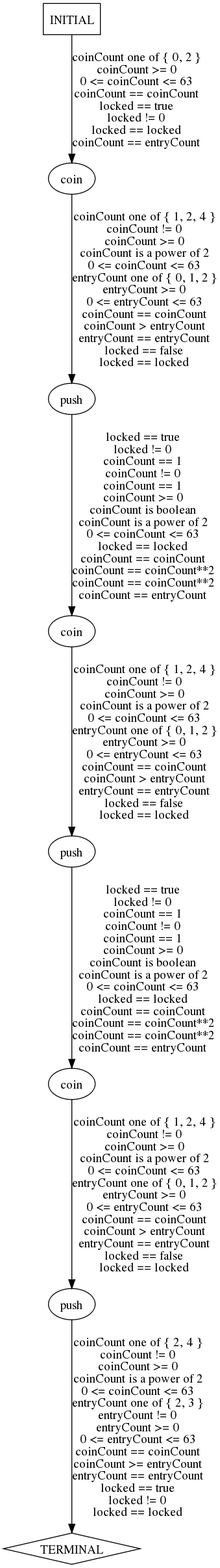
The Graphviz diagram traces/abstract/turnstile-example/predicted-paths/turnstile-example-test6.dot.png in ModelInference/synoptic, before a commit. Its source is kept beside it as traces/abstract/turnstile-example/predicted-paths/turnstile-example-test6.dot. Its diagram source:
```dot
digraph {
  0 [label="coin"];
  1 [label="coin"];
  2 [label="coin"];
  3 [label="push"];
  4 [label="push"];
  5 [label="push"];
  6 [label="TERMINAL",shape=diamond];
  7 [label="INITIAL",shape=box];
0->3 [label="coinCount one of { 1, 2, 4 }\ncoinCount != 0\ncoinCount >= 0\ncoinCount is a power of 2\n0 <= coinCount <= 63\nentryCount one of { 0, 1, 2 }\nentryCount >= 0\n0 <= entryCount <= 63\ncoinCount == coinCount\ncoinCount > entryCount\nentryCount == entryCount\nlocked == false\nlocked == locked",];
1->4 [label="coinCount one of { 1, 2, 4 }\ncoinCount != 0\ncoinCount >= 0\ncoinCount is a power of 2\n0 <= coinCount <= 63\nentryCount one of { 0, 1, 2 }\nentryCount >= 0\n0 <= entryCount <= 63\ncoinCount == coinCount\ncoinCount > entryCount\nentryCount == entryCount\nlocked == false\nlocked == locked",];
2->5 [label="coinCount one of { 1, 2, 4 }\ncoinCount != 0\ncoinCount >= 0\ncoinCount is a power of 2\n0 <= coinCount <= 63\nentryCount one of { 0, 1, 2 }\nentryCount >= 0\n0 <= entryCount <= 63\ncoinCount == coinCount\ncoinCount > entryCount\nentryCount == entryCount\nlocked == false\nlocked == locked",];
3->1 [label="locked == true\nlocked != 0\ncoinCount == 1\ncoinCount != 0\ncoinCount == 1\ncoinCount >= 0\ncoinCount is boolean\ncoinCount is a power of 2\n0 <= coinCount <= 63\nlocked == locked\ncoinCount == coinCount\ncoinCount == coinCount**2\ncoinCount == coinCount**2\ncoinCount == entryCount",];
4->2 [label="locked == true\nlocked != 0\ncoinCount == 1\ncoinCount != 0\ncoinCount == 1\ncoinCount >= 0\ncoinCount is boolean\ncoinCount is a power of 2\n0 <= coinCount <= 63\nlocked == locked\ncoinCount == coinCount\ncoinCount == coinCount**2\ncoinCount == coinCount**2\ncoinCount == entryCount",];
5->6 [label="coinCount one of { 2, 4 }\ncoinCount != 0\ncoinCount >= 0\ncoinCount is a power of 2\n0 <= coinCount <= 63\nentryCount one of { 2, 3 }\nentryCount != 0\nentryCount >= 0\n0 <= entryCount <= 63\ncoinCount == coinCount\ncoinCount >= entryCount\nentryCount == entryCount\nlocked == true\nlocked != 0\nlocked == locked",];
7->0 [label="coinCount one of { 0, 2 }\ncoinCount >= 0\n0 <= coinCount <= 63\ncoinCount == coinCount\nlocked == true\nlocked != 0\nlocked == locked\ncoinCount == entryCount",];
} // digraph {
```
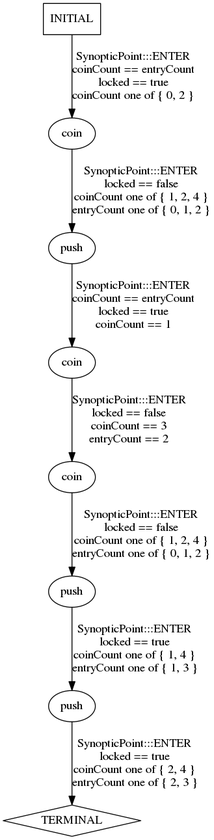
Above is the later version.

The edit, as a diff of the source:
```diff
@@ -7,11 +7,11 @@
   5 [label="push"];
   6 [label="TERMINAL",shape=diamond];
   7 [label="INITIAL",shape=box];
-0->3 [label="coinCount one of { 1, 2, 4 }\ncoinCount != 0\ncoinCount >= 0\ncoinCount is a power of 2\n0 <= coinCount <= 63\nentryCount one of { 0, 1, 2 }\nentryCount >= 0\n0 <= entryCount <= 63\ncoinCount == coinCount\ncoinCount > entryCount\nentryCount == entryCount\nlocked == false\nlocked == locked",];
-1->4 [label="coinCount one of { 1, 2, 4 }\ncoinCount != 0\ncoinCount >= 0\ncoinCount is a power of 2\n0 <= coinCount <= 63\nentryCount one of { 0, 1, 2 }\nentryCount >= 0\n0 <= entryCount <= 63\ncoinCount == coinCount\ncoinCount > entryCount\nentryCount == entryCount\nlocked == false\nlocked == locked",];
-2->5 [label="coinCount one of { 1, 2, 4 }\ncoinCount != 0\ncoinCount >= 0\ncoinCount is a power of 2\n0 <= coinCount <= 63\nentryCount one of { 0, 1, 2 }\nentryCount >= 0\n0 <= entryCount <= 63\ncoinCount == coinCount\ncoinCount > entryCount\nentryCount == entryCount\nlocked == false\nlocked == locked",];
-3->1 [label="locked == true\nlocked != 0\ncoinCount == 1\ncoinCount != 0\ncoinCount == 1\ncoinCount >= 0\ncoinCount is boolean\ncoinCount is a power of 2\n0 <= coinCount <= 63\nlocked == locked\ncoinCount == coinCount\ncoinCount == coinCount**2\ncoinCount == coinCount**2\ncoinCount == entryCount",];
-4->2 [label="locked == true\nlocked != 0\ncoinCount == 1\ncoinCount != 0\ncoinCount == 1\ncoinCount >= 0\ncoinCount is boolean\ncoinCount is a power of 2\n0 <= coinCount <= 63\nlocked == locked\ncoinCount == coinCount\ncoinCount == coinCount**2\ncoinCount == coinCount**2\ncoinCount == entryCount",];
-5->6 [label="coinCount one of { 2, 4 }\ncoinCount != 0\ncoinCount >= 0\ncoinCount is a power of 2\n0 <= coinCount <= 63\nentryCount one of { 2, 3 }\nentryCount != 0\nentryCount >= 0\n0 <= entryCount <= 63\ncoinCount == coinCount\ncoinCount >= entryCount\nentryCount == entryCount\nlocked == true\nlocked != 0\nlocked == locked",];
-7->0 [label="coinCount one of { 0, 2 }\ncoinCount >= 0\n0 <= coinCount <= 63\ncoinCount == coinCount\nlocked == true\nlocked != 0\nlocked == locked\ncoinCount == entryCount",];
+0->3 [label="SynopticPoint:::ENTER\nlocked == false\ncoinCount one of { 1, 2, 4 }\nentryCount one of { 0, 1, 2 }\n",];
+1->2 [label="SynopticPoint:::ENTER\nlocked == false\ncoinCount == 3\nentryCount == 2\n",];
+2->4 [label="SynopticPoint:::ENTER\nlocked == false\ncoinCount one of { 1, 2, 4 }\nentryCount one of { 0, 1, 2 }\n",];
+3->1 [label="SynopticPoint:::ENTER\ncoinCount == entryCount\nlocked == true\ncoinCount == 1\n",];
+4->5 [label="SynopticPoint:::ENTER\nlocked == true\ncoinCount one of { 1, 4 }\nentryCount one of { 1, 3 }\n",];
+5->6 [label="SynopticPoint:::ENTER\nlocked == true\ncoinCount one of { 2, 4 }\nentryCount one of { 2, 3 }\n",];
+7->0 [label="SynopticPoint:::ENTER\ncoinCount == entryCount\nlocked == true\ncoinCount one of { 0, 2 }\n",];
 } // digraph {
```
